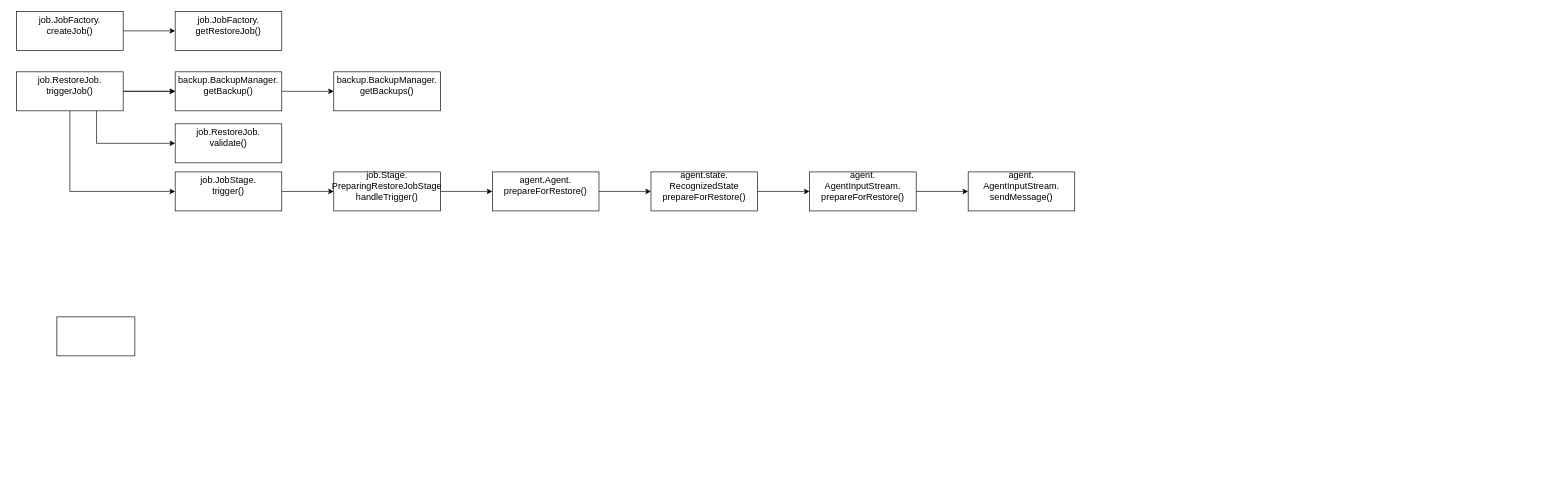
This is page "Page-1" (1 of 2) of Restore.drawio from Albert-W/Draw_io, a draw.io file, before an edit. Source tidied: cells renumbered, new cells numbered last; positions are measured from the earlier drawing's top-left corner, leaving out a move shared by most shapes. Both pictures are drawn from the tidied source at 65%, with x=0, y=0 at pixel (16, 11).
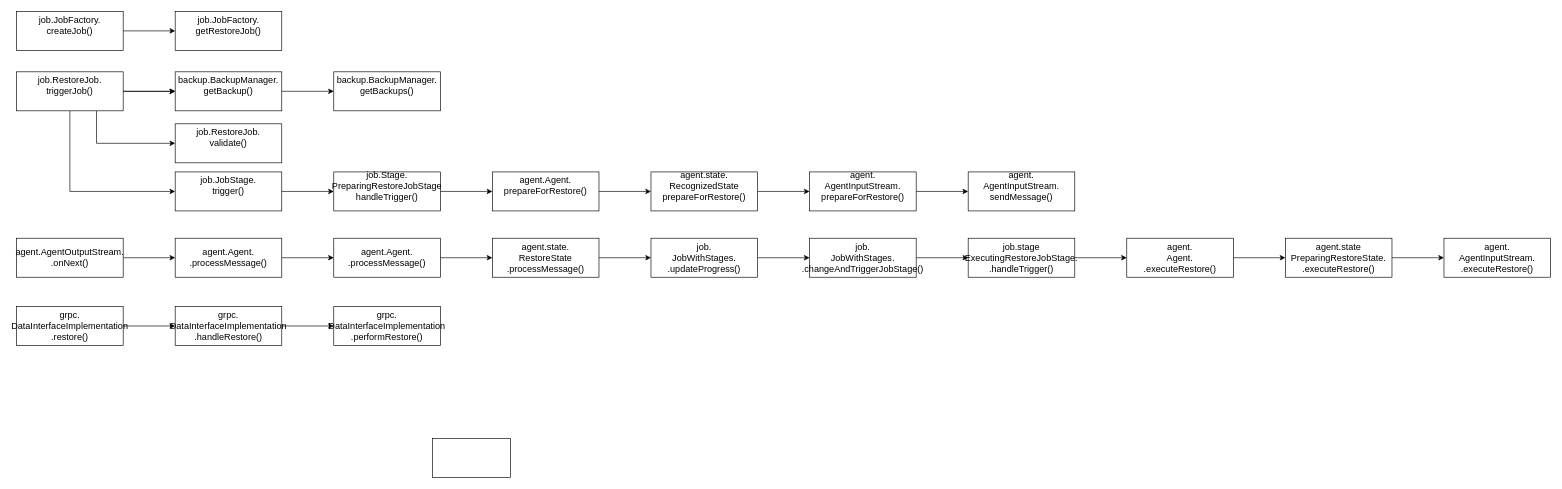
After the change.

The edit, as a diff of the source:
```diff
@@
     <mxCell id="21" style="rounded=0;whiteSpace=wrap;html=1;" parent="1" vertex="1">
-      <mxGeometry x="62" y="470" width="120" height="60" as="geometry" />
+      <mxGeometry x="640" y="657" width="120" height="60" as="geometry" />
     </mxCell>
@@
+    <mxCell id="26" style="edgeStyle=orthogonalEdgeStyle;rounded=0;jettySize=auto;html=1;" parent="1" edge="1" source="27" target="29">
+      <mxGeometry relative="1" as="geometry" />
+    </mxCell>
+    <mxCell id="27" value="&lt;div style=&quot;font-size: 14px&quot;&gt;agent.AgentOutputStream.&lt;/div&gt;&lt;div style=&quot;font-size: 14px&quot;&gt;.onNext()&lt;/div&gt;" style="whiteSpace=wrap;html=1;align=center;newEdgeStyle={&quot;edgeStyle&quot;:&quot;elbowEdgeStyle&quot;,&quot;startArrow&quot;:&quot;none&quot;,&quot;endArrow&quot;:&quot;none&quot;};fontStyle=0;fontSize=14;" parent="1" vertex="1">
+      <mxGeometry y="349" width="164" height="60" as="geometry" />
+    </mxCell>
+    <mxCell id="28" style="edgeStyle=orthogonalEdgeStyle;rounded=0;jettySize=auto;html=1;" parent="1" edge="1" source="29" target="31">
+      <mxGeometry relative="1" as="geometry" />
+    </mxCell>
+    <mxCell id="29" value="&lt;div style=&quot;font-size: 14px&quot;&gt;agent.Agent.&lt;/div&gt;&lt;div style=&quot;font-size: 14px&quot;&gt;.processMessage()&lt;/div&gt;" style="whiteSpace=wrap;html=1;align=center;newEdgeStyle={&quot;edgeStyle&quot;:&quot;elbowEdgeStyle&quot;,&quot;startArrow&quot;:&quot;none&quot;,&quot;endArrow&quot;:&quot;none&quot;};fontStyle=0;fontSize=14;" parent="1" vertex="1">
+      <mxGeometry x="244" y="349" width="164" height="60" as="geometry" />
+    </mxCell>
+    <mxCell id="30" style="edgeStyle=orthogonalEdgeStyle;rounded=0;jettySize=auto;html=1;" parent="1" edge="1" source="31" target="33">
+      <mxGeometry relative="1" as="geometry" />
+    </mxCell>
+    <mxCell id="31" value="&lt;div style=&quot;font-size: 14px&quot;&gt;agent.Agent.&lt;/div&gt;&lt;div style=&quot;font-size: 14px&quot;&gt;.processMessage()&lt;/div&gt;" style="whiteSpace=wrap;html=1;align=center;newEdgeStyle={&quot;edgeStyle&quot;:&quot;elbowEdgeStyle&quot;,&quot;startArrow&quot;:&quot;none&quot;,&quot;endArrow&quot;:&quot;none&quot;};fontStyle=0;fontSize=14;" parent="1" vertex="1">
+      <mxGeometry x="488" y="349" width="164" height="60" as="geometry" />
+    </mxCell>
+    <mxCell id="32" style="edgeStyle=orthogonalEdgeStyle;rounded=0;jettySize=auto;html=1;" parent="1" edge="1" source="33" target="35">
+      <mxGeometry relative="1" as="geometry" />
+    </mxCell>
+    <mxCell id="33" value="&lt;div style=&quot;font-size: 14px&quot;&gt;agent.state.&lt;/div&gt;&lt;div style=&quot;font-size: 14px&quot;&gt;RestoreState&lt;/div&gt;&lt;div style=&quot;font-size: 14px&quot;&gt;.processMessage()&lt;/div&gt;" style="whiteSpace=wrap;html=1;align=center;newEdgeStyle={&quot;edgeStyle&quot;:&quot;elbowEdgeStyle&quot;,&quot;startArrow&quot;:&quot;none&quot;,&quot;endArrow&quot;:&quot;none&quot;};fontStyle=0;fontSize=14;" parent="1" vertex="1">
+      <mxGeometry x="732" y="349" width="164" height="60" as="geometry" />
+    </mxCell>
+    <mxCell id="34" style="edgeStyle=orthogonalEdgeStyle;rounded=0;jettySize=auto;html=1;" parent="1" edge="1" source="35" target="37">
+      <mxGeometry relative="1" as="geometry" />
+    </mxCell>
+    <mxCell id="35" value="&lt;div style=&quot;font-size: 14px&quot;&gt;job.&lt;/div&gt;&lt;div style=&quot;font-size: 14px&quot;&gt;JobWithStages.&lt;/div&gt;&lt;div style=&quot;font-size: 14px&quot;&gt;.updateProgress()&lt;/div&gt;" style="whiteSpace=wrap;html=1;align=center;newEdgeStyle={&quot;edgeStyle&quot;:&quot;elbowEdgeStyle&quot;,&quot;startArrow&quot;:&quot;none&quot;,&quot;endArrow&quot;:&quot;none&quot;};fontStyle=0;fontSize=14;" parent="1" vertex="1">
+      <mxGeometry x="976" y="349" width="164" height="60" as="geometry" />
+    </mxCell>
+    <mxCell id="36" style="edgeStyle=orthogonalEdgeStyle;rounded=0;jettySize=auto;html=1;" parent="1" edge="1" source="37" target="39">
+      <mxGeometry relative="1" as="geometry" />
+    </mxCell>
+    <mxCell id="37" value="&lt;div style=&quot;font-size: 14px&quot;&gt;job.&lt;/div&gt;&lt;div style=&quot;font-size: 14px&quot;&gt;JobWithStages.&lt;/div&gt;&lt;div style=&quot;font-size: 14px&quot;&gt;.changeAndTriggerJobStage()&lt;/div&gt;" style="whiteSpace=wrap;html=1;align=center;newEdgeStyle={&quot;edgeStyle&quot;:&quot;elbowEdgeStyle&quot;,&quot;startArrow&quot;:&quot;none&quot;,&quot;endArrow&quot;:&quot;none&quot;};fontStyle=0;fontSize=14;" parent="1" vertex="1">
+      <mxGeometry x="1220" y="349" width="164" height="60" as="geometry" />
+    </mxCell>
+    <mxCell id="38" style="edgeStyle=orthogonalEdgeStyle;rounded=0;jettySize=auto;html=1;" parent="1" edge="1" source="39" target="41">
+      <mxGeometry relative="1" as="geometry" />
+    </mxCell>
+    <mxCell id="39" value="&lt;div style=&quot;font-size: 14px&quot;&gt;job.stage&lt;/div&gt;&lt;div style=&quot;font-size: 14px&quot;&gt;ExecutingRestoreJobStage.&lt;/div&gt;&lt;div style=&quot;font-size: 14px&quot;&gt;.handleTrigger()&lt;/div&gt;" style="whiteSpace=wrap;html=1;align=center;newEdgeStyle={&quot;edgeStyle&quot;:&quot;elbowEdgeStyle&quot;,&quot;startArrow&quot;:&quot;none&quot;,&quot;endArrow&quot;:&quot;none&quot;};fontStyle=0;fontSize=14;" parent="1" vertex="1">
+      <mxGeometry x="1464" y="349" width="164" height="60" as="geometry" />
+    </mxCell>
+    <mxCell id="40" style="edgeStyle=orthogonalEdgeStyle;rounded=0;jettySize=auto;html=1;" parent="1" edge="1" source="41" target="43">
+      <mxGeometry relative="1" as="geometry" />
+    </mxCell>
+    <mxCell id="41" value="&lt;div style=&quot;font-size: 14px&quot;&gt;agent.&lt;/div&gt;&lt;div style=&quot;font-size: 14px&quot;&gt;Agent.&lt;/div&gt;&lt;div style=&quot;font-size: 14px&quot;&gt;.executeRestore()&lt;/div&gt;" style="whiteSpace=wrap;html=1;align=center;newEdgeStyle={&quot;edgeStyle&quot;:&quot;elbowEdgeStyle&quot;,&quot;startArrow&quot;:&quot;none&quot;,&quot;endArrow&quot;:&quot;none&quot;};fontStyle=0;fontSize=14;" parent="1" vertex="1">
+      <mxGeometry x="1708" y="349" width="164" height="60" as="geometry" />
+    </mxCell>
+    <mxCell id="42" style="edgeStyle=orthogonalEdgeStyle;rounded=0;jettySize=auto;html=1;" parent="1" edge="1" source="43" target="44">
+      <mxGeometry relative="1" as="geometry" />
+    </mxCell>
+    <mxCell id="43" value="&lt;div style=&quot;font-size: 14px&quot;&gt;agent.state&lt;/div&gt;&lt;div style=&quot;font-size: 14px&quot;&gt;PreparingRestoreState.&lt;/div&gt;&lt;div style=&quot;font-size: 14px&quot;&gt;.executeRestore()&lt;/div&gt;" style="whiteSpace=wrap;html=1;align=center;newEdgeStyle={&quot;edgeStyle&quot;:&quot;elbowEdgeStyle&quot;,&quot;startArrow&quot;:&quot;none&quot;,&quot;endArrow&quot;:&quot;none&quot;};fontStyle=0;fontSize=14;" parent="1" vertex="1">
+      <mxGeometry x="1952" y="349" width="164" height="60" as="geometry" />
+    </mxCell>
+    <mxCell id="44" value="&lt;div style=&quot;font-size: 14px&quot;&gt;agent.&lt;/div&gt;&lt;div style=&quot;font-size: 14px&quot;&gt;AgentInputStream.&lt;/div&gt;&lt;div style=&quot;font-size: 14px&quot;&gt;.executeRestore()&lt;/div&gt;" style="whiteSpace=wrap;html=1;align=center;newEdgeStyle={&quot;edgeStyle&quot;:&quot;elbowEdgeStyle&quot;,&quot;startArrow&quot;:&quot;none&quot;,&quot;endArrow&quot;:&quot;none&quot;};fontStyle=0;fontSize=14;" parent="1" vertex="1">
+      <mxGeometry x="2196" y="349" width="164" height="60" as="geometry" />
+    </mxCell>
+    <mxCell id="45" style="edgeStyle=orthogonalEdgeStyle;rounded=0;jettySize=auto;html=1;" parent="1" edge="1" source="46" target="48">
+      <mxGeometry relative="1" as="geometry" />
+    </mxCell>
+    <mxCell id="46" value="&lt;div style=&quot;font-size: 14px&quot;&gt;grpc.&lt;/div&gt;&lt;div style=&quot;font-size: 14px&quot;&gt;DataInterfaceImplementation&lt;/div&gt;&lt;div style=&quot;font-size: 14px&quot;&gt;.restore()&lt;/div&gt;" style="whiteSpace=wrap;html=1;align=center;newEdgeStyle={&quot;edgeStyle&quot;:&quot;elbowEdgeStyle&quot;,&quot;startArrow&quot;:&quot;none&quot;,&quot;endArrow&quot;:&quot;none&quot;};fontStyle=0;fontSize=14;" parent="1" vertex="1">
+      <mxGeometry y="454" width="164" height="60" as="geometry" />
+    </mxCell>
+    <mxCell id="47" style="edgeStyle=orthogonalEdgeStyle;rounded=0;jettySize=auto;html=1;" parent="1" edge="1" source="48" target="49">
+      <mxGeometry relative="1" as="geometry" />
+    </mxCell>
+    <mxCell id="48" value="&lt;div style=&quot;font-size: 14px&quot;&gt;grpc.&lt;/div&gt;&lt;div style=&quot;font-size: 14px&quot;&gt;DataInterfaceImplementation&lt;/div&gt;&lt;div style=&quot;font-size: 14px&quot;&gt;.handleRestore()&lt;/div&gt;" style="whiteSpace=wrap;html=1;align=center;newEdgeStyle={&quot;edgeStyle&quot;:&quot;elbowEdgeStyle&quot;,&quot;startArrow&quot;:&quot;none&quot;,&quot;endArrow&quot;:&quot;none&quot;};fontStyle=0;fontSize=14;" parent="1" vertex="1">
+      <mxGeometry x="244" y="454" width="164" height="60" as="geometry" />
+    </mxCell>
+    <mxCell id="49" value="&lt;div style=&quot;font-size: 14px&quot;&gt;grpc.&lt;/div&gt;&lt;div style=&quot;font-size: 14px&quot;&gt;DataInterfaceImplementation&lt;/div&gt;&lt;div style=&quot;font-size: 14px&quot;&gt;.performRestore()&lt;/div&gt;" style="whiteSpace=wrap;html=1;align=center;newEdgeStyle={&quot;edgeStyle&quot;:&quot;elbowEdgeStyle&quot;,&quot;startArrow&quot;:&quot;none&quot;,&quot;endArrow&quot;:&quot;none&quot;};fontStyle=0;fontSize=14;" parent="1" vertex="1">
+      <mxGeometry x="488" y="454" width="164" height="60" as="geometry" />
+    </mxCell>
```
